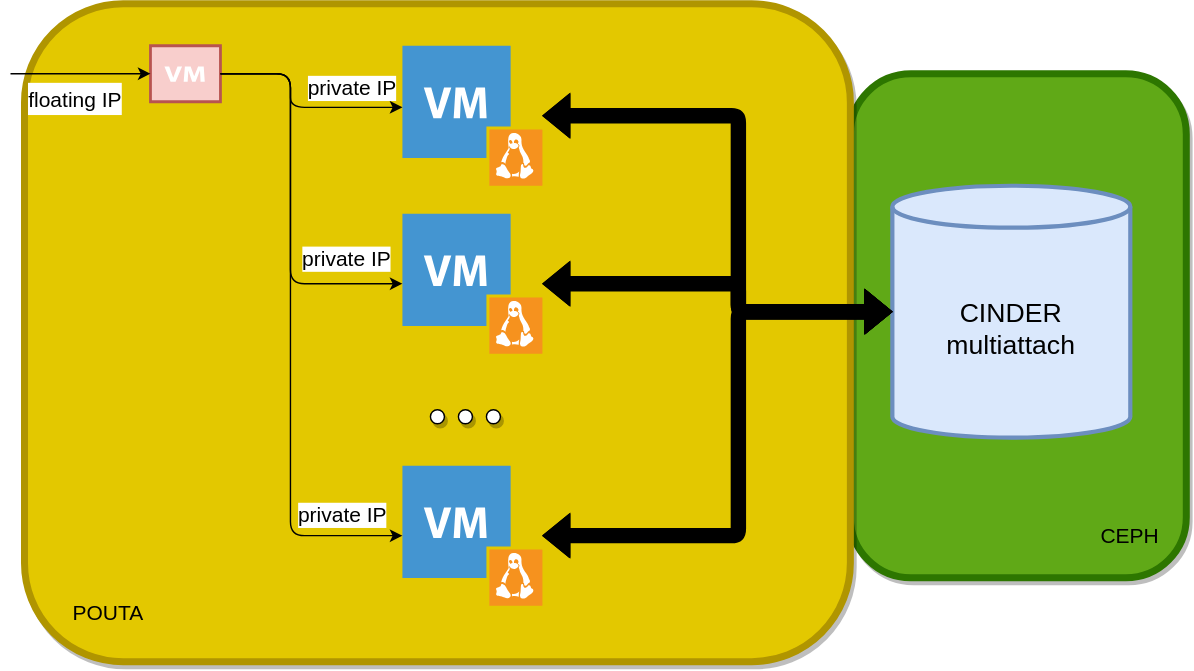
This is multi-attach.drawio.svg from lvarin/cinder-multiattach, a draw.io export, as it was before one commit. Source tidied: cells renumbered, new cells last; positions are measured from the earlier drawing's top-left corner, leaving out a move shared by most shapes.
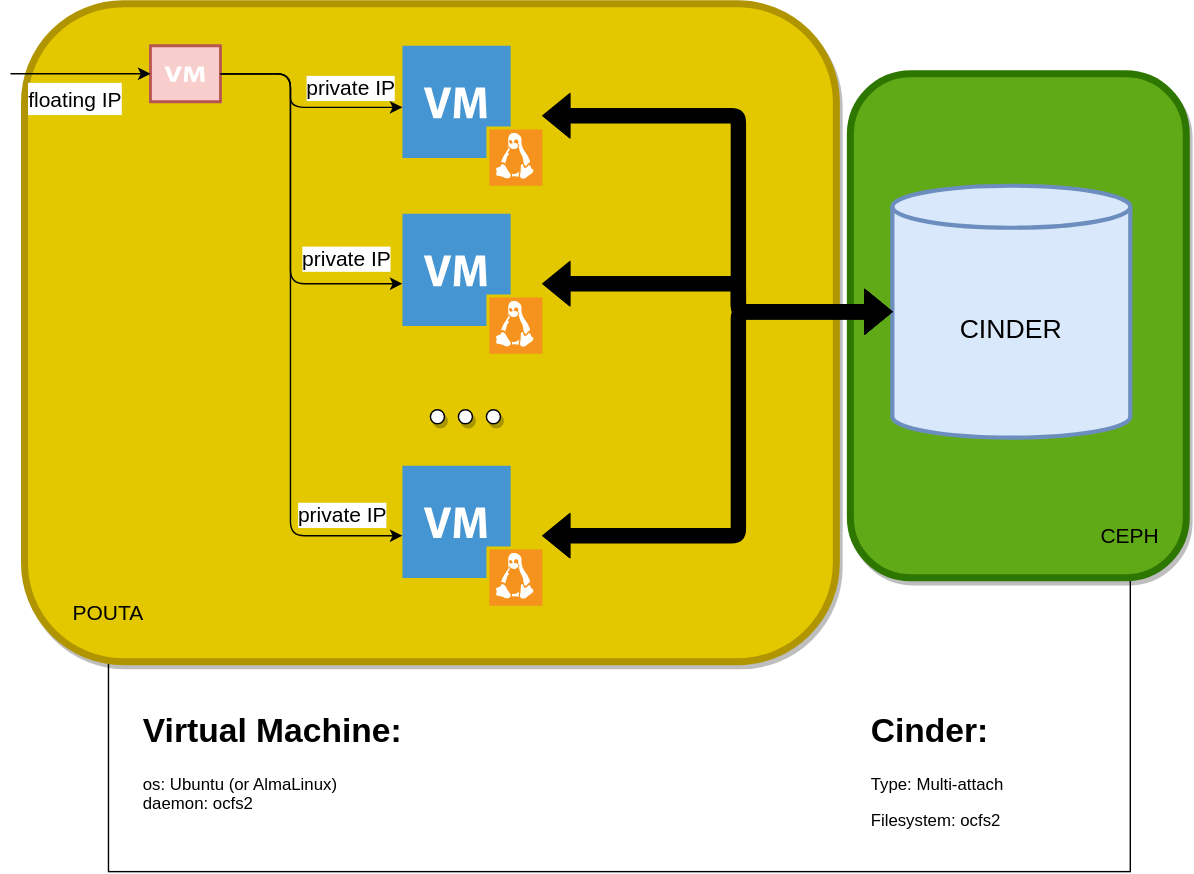
Above is the later version.

What changed in the source:
```diff
@@ -2,13 +2,16 @@
   <root>
     <mxCell id="0" />
     <mxCell id="1" parent="0" />
+    <mxCell id="26" style="rounded=0;whiteSpace=wrap;html=1;" parent="1" vertex="1">
+      <mxGeometry x="70" y="220" width="730" height="400" as="geometry" />
+    </mxCell>
     <mxCell id="2" style="rounded=1;whiteSpace=wrap;html=1;shadow=1;sketch=0;fontSize=15;fillColor=#60a917;arcSize=18;fontColor=#ffffff;strokeColor=#2D7600;strokeWidth=5;" parent="1" vertex="1">
       <mxGeometry x="600" y="50" width="240" height="360" as="geometry" />
     </mxCell>
     <mxCell id="3" style="rounded=1;whiteSpace=wrap;html=1;shadow=1;sketch=0;fontSize=15;fillColor=#e3c800;strokeColor=#B09500;strokeWidth=5;fontColor=#000000;" parent="1" vertex="1">
-      <mxGeometry x="10" width="590" height="470" as="geometry" />
+      <mxGeometry x="10" width="580" height="470" as="geometry" />
     </mxCell>
-    <mxCell id="4" value="&lt;font style=&quot;font-size: 19px;&quot;&gt;CINDER&lt;br&gt;multiattach&lt;/font&gt;" style="shape=cylinder3;whiteSpace=wrap;html=1;boundedLbl=1;backgroundOutline=1;size=15;fillColor=#dae8fc;strokeColor=#6c8ebf;shadow=0;strokeWidth=3;" parent="1" vertex="1">
+    <mxCell id="4" value="&lt;font style=&quot;font-size: 19px;&quot;&gt;CINDER&lt;br&gt;&lt;/font&gt;" style="shape=cylinder3;whiteSpace=wrap;html=1;boundedLbl=1;backgroundOutline=1;size=15;fillColor=#dae8fc;strokeColor=#6c8ebf;shadow=0;strokeWidth=3;" parent="1" vertex="1">
       <mxGeometry x="630" y="130" width="170" height="180" as="geometry" />
     </mxCell>
     <mxCell id="5" style="shadow=0;dashed=0;html=1;strokeColor=none;fillColor=#4495D1;labelPosition=center;verticalLabelPosition=bottom;verticalAlign=top;align=center;outlineConnect=0;shape=mxgraph.veeam.vm_linux;sketch=0;fontSize=19;" parent="1" vertex="1">
@@ -116,5 +119,11 @@
     <mxCell id="25" value="POUTA" style="text;html=1;strokeColor=none;fillColor=none;align=center;verticalAlign=middle;whiteSpace=wrap;rounded=0;shadow=1;sketch=0;fontSize=15;" parent="1" vertex="1">
       <mxGeometry x="40" y="420" width="60" height="30" as="geometry" />
     </mxCell>
+    <mxCell id="27" value="&lt;h1&gt;Cinder:&lt;/h1&gt;&lt;p&gt;Type: Multi-attach&lt;/p&gt;&lt;p&gt;&lt;span style=&quot;background-color: initial;&quot;&gt;Filesystem: ocfs2&lt;/span&gt;&lt;/p&gt;" style="text;html=1;strokeColor=none;fillColor=none;spacing=5;spacingTop=-20;whiteSpace=wrap;overflow=hidden;rounded=0;" parent="1" vertex="1">
+      <mxGeometry x="610" y="500" width="120" height="120" as="geometry" />
+    </mxCell>
+    <mxCell id="28" value="&lt;h1&gt;Virtual Machine:&lt;/h1&gt;&lt;div&gt;os: Ubuntu (or AlmaLinux)&lt;/div&gt;&lt;div&gt;daemon: ocfs2&lt;/div&gt;" style="text;html=1;strokeColor=none;fillColor=none;spacing=5;spacingTop=-20;whiteSpace=wrap;overflow=hidden;rounded=0;" parent="1" vertex="1">
+      <mxGeometry x="90" y="500" width="210" height="120" as="geometry" />
+    </mxCell>
   </root>
 </mxGraphModel>
```
